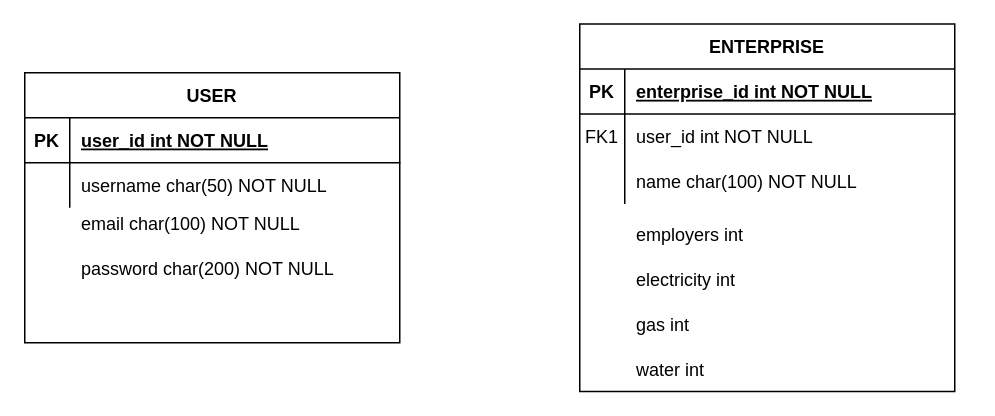
Earlier version of the draw.io diagram Untitled Diagram.drawio (Emmanuelcik/GreenCalc-Back). Source tidied: cells renumbered, new cells numbered last; positions are measured from the earlier drawing's top-left corner, leaving out a move shared by most shapes. Both pictures are drawn from the tidied source at 150%, with x=0, y=0 at pixel (24, 24).
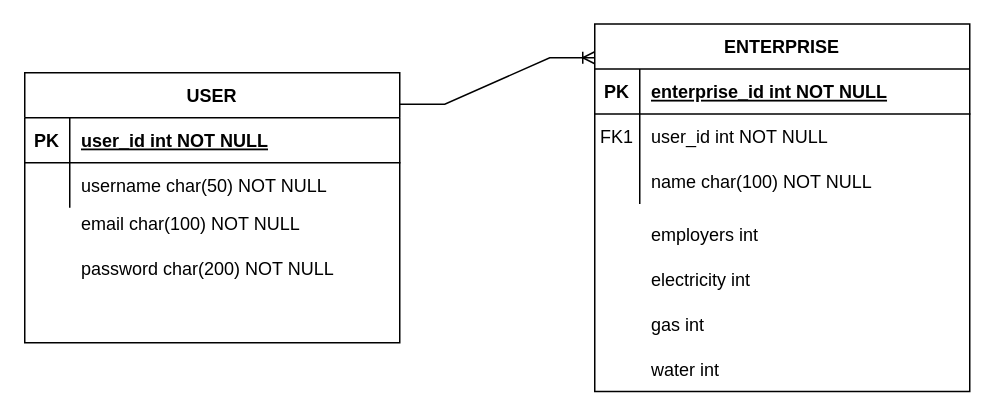
The same diagram, later.

Change to the diagram source:
```diff
@@
     <mxCell id="12" style="group;" parent="1" vertex="1">
-      <mxGeometry x="370" y="-0.5" width="250" height="245" as="geometry" />
+      <mxGeometry x="380" y="-0.5" width="250" height="245" as="geometry" />
     </mxCell>
@@
+    <mxCell id="27" style="edgeStyle=entityRelationEdgeStyle;fontSize=12;html=1;endArrow=ERoneToMany;rounded=0;" parent="1" edge="1">
+      <mxGeometry relative="1" as="geometry">
+        <mxPoint x="250" y="53" as="sourcePoint" />
+        <mxPoint x="380" y="22" as="targetPoint" />
+      </mxGeometry>
+    </mxCell>
```
